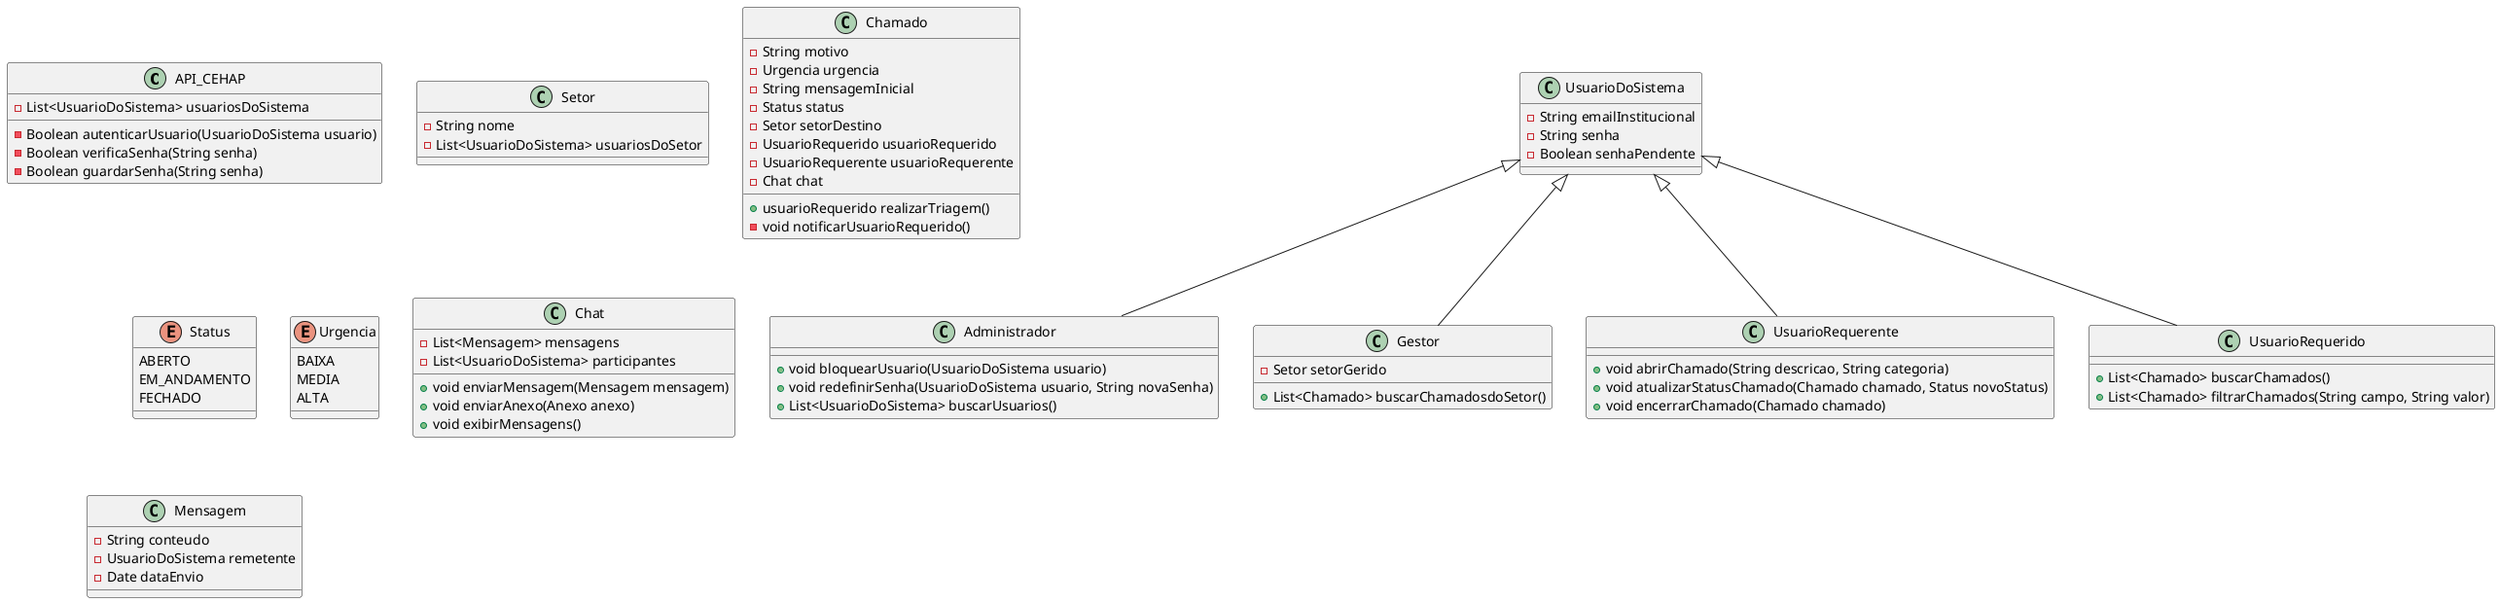
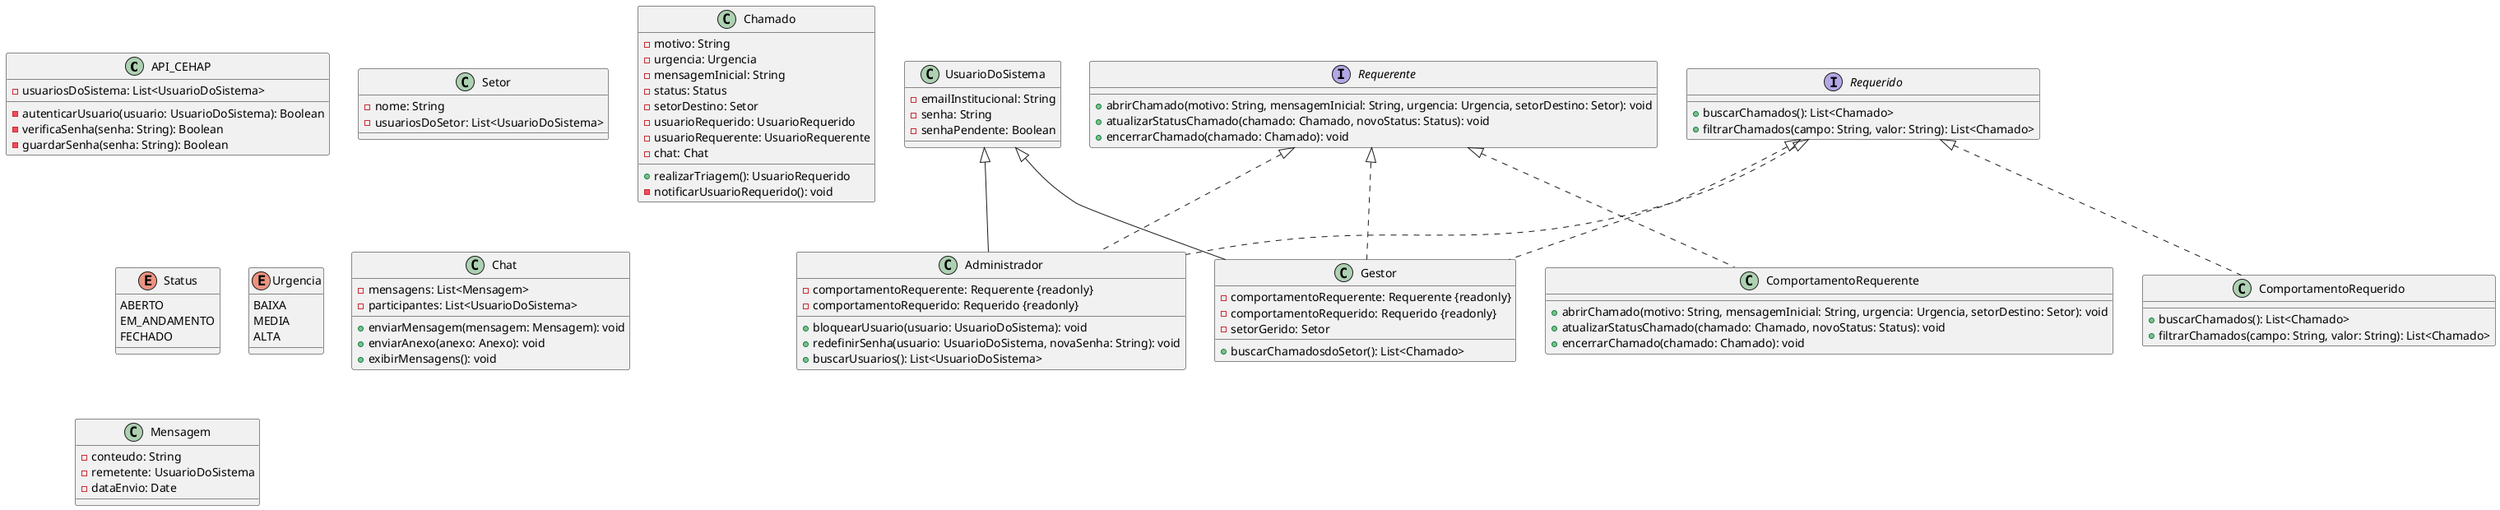
@startuml

- class API_CEHAP{
-     - List<UsuarioDoSistema> usuariosDoSistema
-     - Boolean autenticarUsuario(UsuarioDoSistema usuario)
-     - Boolean verificaSenha(String senha)
-     - Boolean guardarSenha(String senha)
+ class API_CEHAP {
+     - usuariosDoSistema: List<UsuarioDoSistema>
+     - autenticarUsuario(usuario: UsuarioDoSistema): Boolean
+     - verificaSenha(senha: String): Boolean
+     - guardarSenha(senha: String): Boolean
}

- class UsuarioDoSistema{
-     -String emailInstitucional
-     -String senha
-     -Boolean senhaPendente
- 
+ class UsuarioDoSistema {
+     - emailInstitucional: String
+     - senha: String
+     - senhaPendente: Boolean
}

- class Administrador extends UsuarioDoSistema{
-     + void bloquearUsuario(UsuarioDoSistema usuario)
-     + void redefinirSenha(UsuarioDoSistema usuario, String novaSenha)
-     + List<UsuarioDoSistema> buscarUsuarios()
- 
+ interface Requerente {
+     + abrirChamado(motivo: String, mensagemInicial: String, urgencia: Urgencia, setorDestino: Setor): void
+     + atualizarStatusChamado(chamado: Chamado, novoStatus: Status): void
+     + encerrarChamado(chamado: Chamado): void
}

- class Gestor extends UsuarioDoSistema{
-     -Setor setorGerido
- 
-     +List<Chamado> buscarChamadosdoSetor()
+ interface Requerido {
+     + buscarChamados(): List<Chamado>
+     + filtrarChamados(campo: String, valor: String): List<Chamado>
}

- class UsuarioRequerente extends UsuarioDoSistema{
-     +void abrirChamado(String descricao, String categoria)
-     +void atualizarStatusChamado(Chamado chamado, Status novoStatus)
-     +void encerrarChamado(Chamado chamado)
+ class ComportamentoRequerente implements Requerente {
+     + abrirChamado(motivo: String, mensagemInicial: String, urgencia: Urgencia, setorDestino: Setor): void
+     + atualizarStatusChamado(chamado: Chamado, novoStatus: Status): void
+     + encerrarChamado(chamado: Chamado): void
}

- class UsuarioRequerido extends UsuarioDoSistema{
-     + List<Chamado> buscarChamados()
-     + List<Chamado> filtrarChamados(String campo, String valor)
+ class ComportamentoRequerido implements Requerido {
+     + buscarChamados(): List<Chamado>
+     + filtrarChamados(campo: String, valor: String): List<Chamado>
+ }
+ 
+ class Administrador extends UsuarioDoSistema implements Requerente, Requerido {
+     - comportamentoRequerente: Requerente {readonly}
+     - comportamentoRequerido: Requerido {readonly}
+     + bloquearUsuario(usuario: UsuarioDoSistema): void
+     + redefinirSenha(usuario: UsuarioDoSistema, novaSenha: String): void
+     + buscarUsuarios(): List<UsuarioDoSistema>
+ }
+ 
+ class Gestor extends UsuarioDoSistema implements Requerente, Requerido {
+     - comportamentoRequerente: Requerente {readonly}
+     - comportamentoRequerido: Requerido {readonly}
+     - setorGerido: Setor
+     + buscarChamadosdoSetor(): List<Chamado>
}

class Setor {
-     -String nome
-     -List<UsuarioDoSistema> usuariosDoSetor
+     - nome: String
+     - usuariosDoSetor: List<UsuarioDoSistema>
}

- class Chamado{
-     -String motivo
-     -Urgencia urgencia
-     -String mensagemInicial
-     -Status status
-     -Setor setorDestino
-     -UsuarioRequerido usuarioRequerido
-     -UsuarioRequerente usuarioRequerente
-     -Chat chat
- 
- 
-     +usuarioRequerido realizarTriagem()
-     -void notificarUsuarioRequerido()
+ class Chamado {
+     - motivo: String
+     - urgencia: Urgencia
+     - mensagemInicial: String
+     - status: Status
+     - setorDestino: Setor
+     - usuarioRequerido: UsuarioRequerido
+     - usuarioRequerente: UsuarioRequerente
+     - chat: Chat
+     + realizarTriagem(): UsuarioRequerido
+     - notificarUsuarioRequerido(): void
}

- enum Status{
+ enum Status {
    ABERTO
    EM_ANDAMENTO
    FECHADO
}

- enum Urgencia{
+ enum Urgencia {
    BAIXA
    MEDIA
    ALTA
}

class Chat {
-     -List<Mensagem> mensagens
-     -List<UsuarioDoSistema> participantes
- 
-     +void enviarMensagem(Mensagem mensagem)
-     +void enviarAnexo(Anexo anexo)
-     +void exibirMensagens()
+     - mensagens: List<Mensagem>
+     - participantes: List<UsuarioDoSistema>
+     + enviarMensagem(mensagem: Mensagem): void
+     + enviarAnexo(anexo: Anexo): void
+     + exibirMensagens(): void
}

class Mensagem {
-     -String conteudo
-     -UsuarioDoSistema remetente
-     -Date dataEnvio
+     - conteudo: String
+     - remetente: UsuarioDoSistema
+     - dataEnvio: Date
}

- 
- 
- 
- 
- 
@enduml